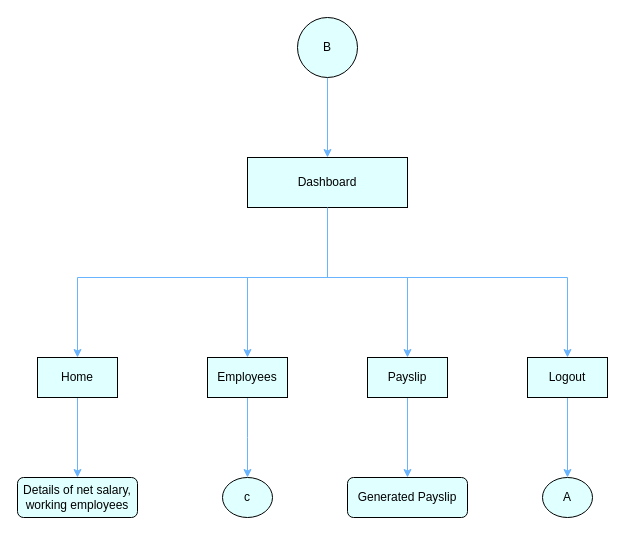
Before: page "Page-2" (2 of 5) of src/docs/diagram/flowchart.drawio in kishore-sunchu/PRMS, a draw.io diagram. Source tidied: cells renumbered, new cells numbered last; positions are measured from the earlier drawing's top-left corner, leaving out a move shared by most shapes. Both pictures are drawn from the tidied source at 100%, with x=0, y=0 at pixel (17, 17).
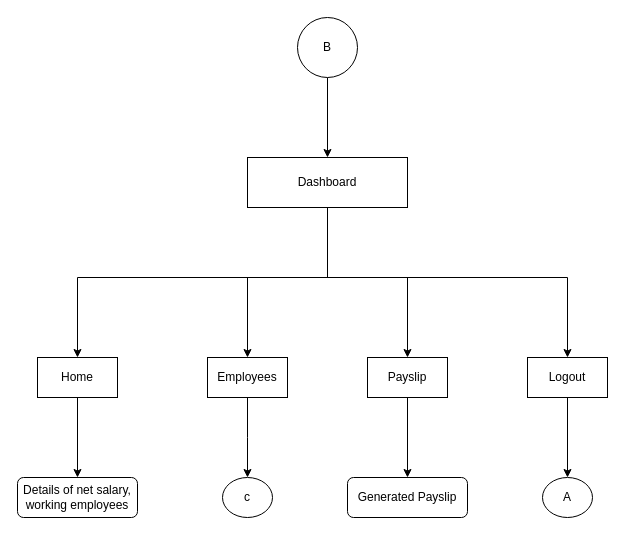
After the change.

Change to the diagram source:
```diff
@@
-    <mxCell id="2" style="edgeStyle=orthogonalEdgeStyle;rounded=0;jettySize=auto;html=1;strokeColor=#69b4ff;" parent="1" edge="1" source="3" target="4">
+    <mxCell id="2" style="edgeStyle=orthogonalEdgeStyle;rounded=0;jettySize=auto;html=1;" parent="1" edge="1" source="3" target="4">
       <mxGeometry relative="1" as="geometry" />
     </mxCell>
-    <mxCell id="3" value="B" style="ellipse;whiteSpace=wrap;html=1;fillColor=#e0ffff;" parent="1" vertex="1">
+    <mxCell id="3" value="B" style="ellipse;whiteSpace=wrap;html=1;" parent="1" vertex="1">
       <mxGeometry x="280" width="60" height="60" as="geometry" />
     </mxCell>
-    <mxCell id="4" value="Dashboard" style="whiteSpace=wrap;html=1;fillColor=#e0ffff;" parent="1" vertex="1">
+    <mxCell id="4" value="Dashboard" style="whiteSpace=wrap;html=1;" parent="1" vertex="1">
       <mxGeometry x="230" y="140" width="160" height="50" as="geometry" />
     </mxCell>
-    <mxCell id="5" style="endArrow=none;html=1;rounded=0;exitX=0.5;exitY=1;exitDx=0;exitDy=0;strokeColor=#69b4ff;" parent="1" edge="1" source="4">
+    <mxCell id="5" style="endArrow=none;html=1;rounded=0;exitX=0.5;exitY=1;exitDx=0;exitDy=0;" parent="1" edge="1" source="4">
       <mxGeometry relative="1" as="geometry">
         <mxPoint x="310" y="260" as="targetPoint" />
       </mxGeometry>
     </mxCell>
-    <mxCell id="6" style="endArrow=none;html=1;rounded=0;strokeColor=#69b4ff;" parent="1" edge="1">
+    <mxCell id="6" style="endArrow=none;html=1;rounded=0;" parent="1" edge="1">
       <mxGeometry relative="1" as="geometry">
         <mxPoint x="60" y="260" as="sourcePoint" />
         <mxPoint x="550" y="260" as="targetPoint" />
       </mxGeometry>
     </mxCell>
-    <mxCell id="7" style="endArrow=classic;html=1;rounded=0;strokeColor=#69b4ff;" parent="1" edge="1">
+    <mxCell id="7" style="endArrow=classic;html=1;rounded=0;" parent="1" edge="1">
       <mxGeometry relative="1" as="geometry">
         <mxPoint x="60" y="260" as="sourcePoint" />
         <mxPoint x="60" y="340" as="targetPoint" />
       </mxGeometry>
     </mxCell>
-    <mxCell id="8" style="endArrow=classic;html=1;rounded=0;strokeColor=#69b4ff;" parent="1" edge="1">
+    <mxCell id="8" style="endArrow=classic;html=1;rounded=0;" parent="1" edge="1">
       <mxGeometry relative="1" as="geometry">
         <mxPoint x="550" y="260" as="sourcePoint" />
         <mxPoint x="550" y="340" as="targetPoint" />
       </mxGeometry>
     </mxCell>
-    <mxCell id="9" style="endArrow=classic;html=1;rounded=0;strokeColor=#69b4ff;" parent="1" edge="1">
+    <mxCell id="9" style="endArrow=classic;html=1;rounded=0;" parent="1" edge="1">
       <mxGeometry relative="1" as="geometry">
         <mxPoint x="230" y="260" as="sourcePoint" />
         <mxPoint x="230" y="340" as="targetPoint" />
       </mxGeometry>
     </mxCell>
-    <mxCell id="10" style="endArrow=classic;html=1;rounded=0;strokeColor=#69b4ff;" parent="1" edge="1">
+    <mxCell id="10" style="endArrow=classic;html=1;rounded=0;" parent="1" edge="1">
       <mxGeometry relative="1" as="geometry">
         <mxPoint x="390" y="260" as="sourcePoint" />
         <mxPoint x="390" y="340" as="targetPoint" />
       </mxGeometry>
     </mxCell>
-    <mxCell id="11" style="edgeStyle=orthogonalEdgeStyle;rounded=0;jettySize=auto;html=1;exitX=0.5;exitY=1;exitDx=0;exitDy=0;strokeColor=#69b4ff;" parent="1" edge="1" source="12" target="21">
+    <mxCell id="11" style="edgeStyle=orthogonalEdgeStyle;rounded=0;jettySize=auto;html=1;exitX=0.5;exitY=1;exitDx=0;exitDy=0;" parent="1" edge="1" source="12" target="21">
       <mxGeometry relative="1" as="geometry" />
     </mxCell>
-    <mxCell id="12" value="Home" style="whiteSpace=wrap;html=1;fillColor=#e0ffff;" parent="1" vertex="1">
+    <mxCell id="12" value="Home" style="whiteSpace=wrap;html=1;" parent="1" vertex="1">
       <mxGeometry x="20" y="340" width="80" height="40" as="geometry" />
     </mxCell>
-    <mxCell id="13" style="edgeStyle=orthogonalEdgeStyle;rounded=0;jettySize=auto;html=1;exitX=0.5;exitY=1;exitDx=0;exitDy=0;strokeColor=#69b4ff;" parent="1" edge="1" source="14">
+    <mxCell id="13" style="edgeStyle=orthogonalEdgeStyle;rounded=0;jettySize=auto;html=1;exitX=0.5;exitY=1;exitDx=0;exitDy=0;" parent="1" edge="1" source="14">
       <mxGeometry relative="1" as="geometry">
         <mxPoint x="230" y="460" as="targetPoint" />
       </mxGeometry>
     </mxCell>
-    <mxCell id="14" value="Employees" style="whiteSpace=wrap;html=1;fillColor=#e0ffff;" parent="1" vertex="1">
+    <mxCell id="14" value="Employees" style="whiteSpace=wrap;html=1;" parent="1" vertex="1">
       <mxGeometry x="190" y="340" width="80" height="40" as="geometry" />
     </mxCell>
-    <mxCell id="15" style="edgeStyle=orthogonalEdgeStyle;rounded=0;jettySize=auto;html=1;exitX=0.5;exitY=1;exitDx=0;exitDy=0;strokeColor=#69b4ff;" parent="1" edge="1" source="16" target="20">
+    <mxCell id="15" style="edgeStyle=orthogonalEdgeStyle;rounded=0;jettySize=auto;html=1;exitX=0.5;exitY=1;exitDx=0;exitDy=0;" parent="1" edge="1" source="16" target="20">
       <mxGeometry relative="1" as="geometry" />
     </mxCell>
-    <mxCell id="16" value="Payslip" style="whiteSpace=wrap;html=1;fillColor=#e0ffff;" parent="1" vertex="1">
+    <mxCell id="16" value="Payslip" style="whiteSpace=wrap;html=1;" parent="1" vertex="1">
       <mxGeometry x="350" y="340" width="80" height="40" as="geometry" />
     </mxCell>
-    <mxCell id="17" style="edgeStyle=orthogonalEdgeStyle;rounded=0;jettySize=auto;html=1;strokeColor=#69b4ff;" parent="1" edge="1" source="18" target="19">
+    <mxCell id="17" style="edgeStyle=orthogonalEdgeStyle;rounded=0;jettySize=auto;html=1;" parent="1" edge="1" source="18" target="19">
       <mxGeometry relative="1" as="geometry" />
     </mxCell>
-    <mxCell id="18" value="Logout" style="whiteSpace=wrap;html=1;fillColor=#e0ffff;" parent="1" vertex="1">
+    <mxCell id="18" value="Logout" style="whiteSpace=wrap;html=1;" parent="1" vertex="1">
       <mxGeometry x="510" y="340" width="80" height="40" as="geometry" />
     </mxCell>
-    <mxCell id="19" value="A" style="ellipse;whiteSpace=wrap;html=1;fillColor=#e0ffff;" parent="1" vertex="1">
+    <mxCell id="19" value="A" style="ellipse;whiteSpace=wrap;html=1;" parent="1" vertex="1">
       <mxGeometry x="525" y="460" width="50" height="40" as="geometry" />
     </mxCell>
-    <mxCell id="20" value="Generated Payslip" style="rounded=1;whiteSpace=wrap;html=1;fillColor=#e0ffff;" parent="1" vertex="1">
+    <mxCell id="20" value="Generated Payslip" style="rounded=1;whiteSpace=wrap;html=1;" parent="1" vertex="1">
       <mxGeometry x="330" y="460" width="120" height="40" as="geometry" />
     </mxCell>
-    <mxCell id="21" value="Details of net salary, working employees" style="rounded=1;whiteSpace=wrap;html=1;fillColor=#e0ffff;" parent="1" vertex="1">
+    <mxCell id="21" value="Details of net salary, working employees" style="rounded=1;whiteSpace=wrap;html=1;" parent="1" vertex="1">
       <mxGeometry y="460" width="120" height="40" as="geometry" />
     </mxCell>
-    <mxCell id="22" value="c" style="ellipse;whiteSpace=wrap;html=1;fillColor=#e0ffff;" parent="1" vertex="1">
+    <mxCell id="22" value="c" style="ellipse;whiteSpace=wrap;html=1;" parent="1" vertex="1">
       <mxGeometry x="205" y="460" width="50" height="40" as="geometry" />
     </mxCell>
```
